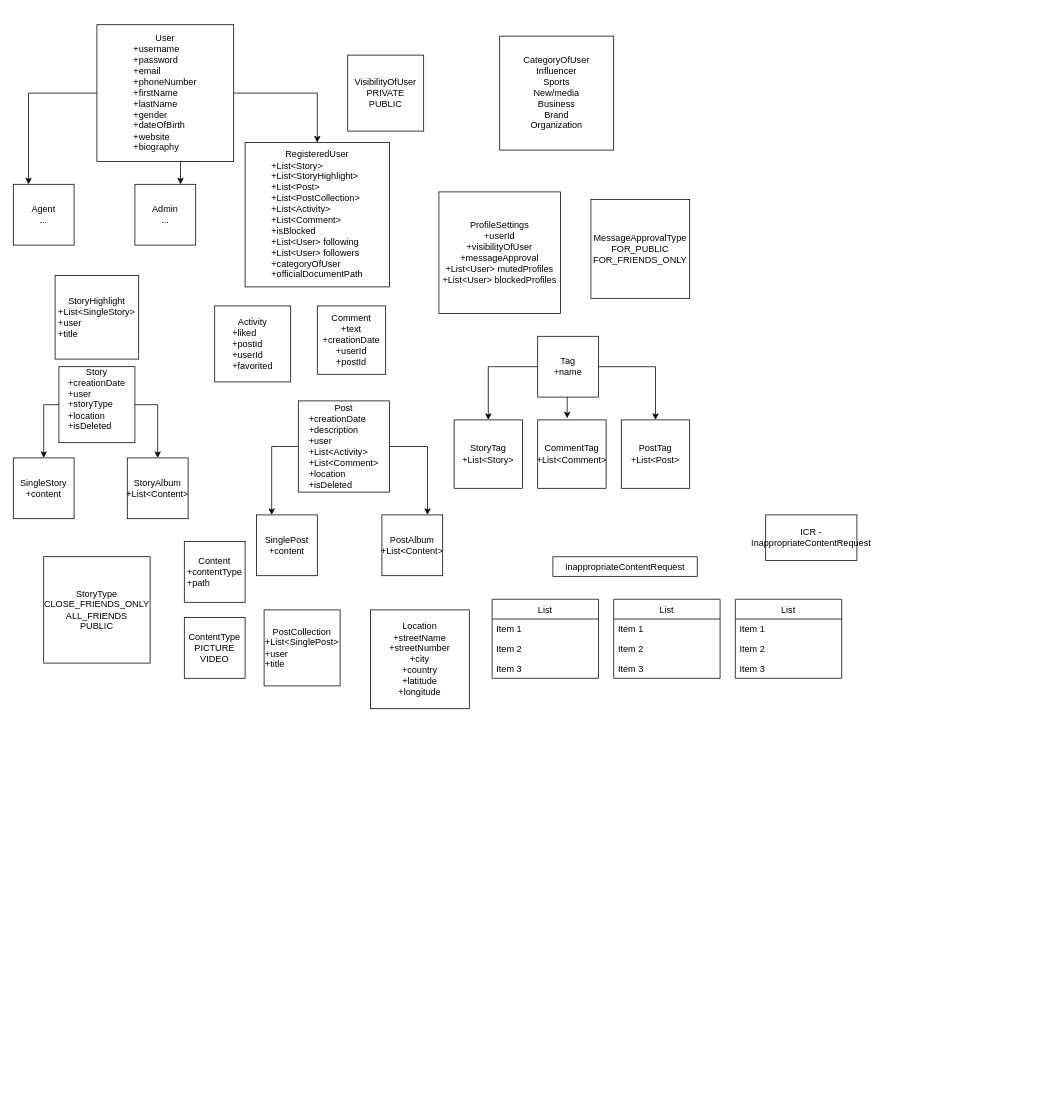
Above: XML/Untitled Diagram.drawio in Ana00000/XML-and-BSEP (draw.io), before the change. Source tidied: cells renumbered, new cells numbered last; positions are measured from the earlier drawing's top-left corner, leaving out a move shared by most shapes. Both pictures are drawn from the tidied source at 76%, with x=0, y=0 at pixel (13, 24).
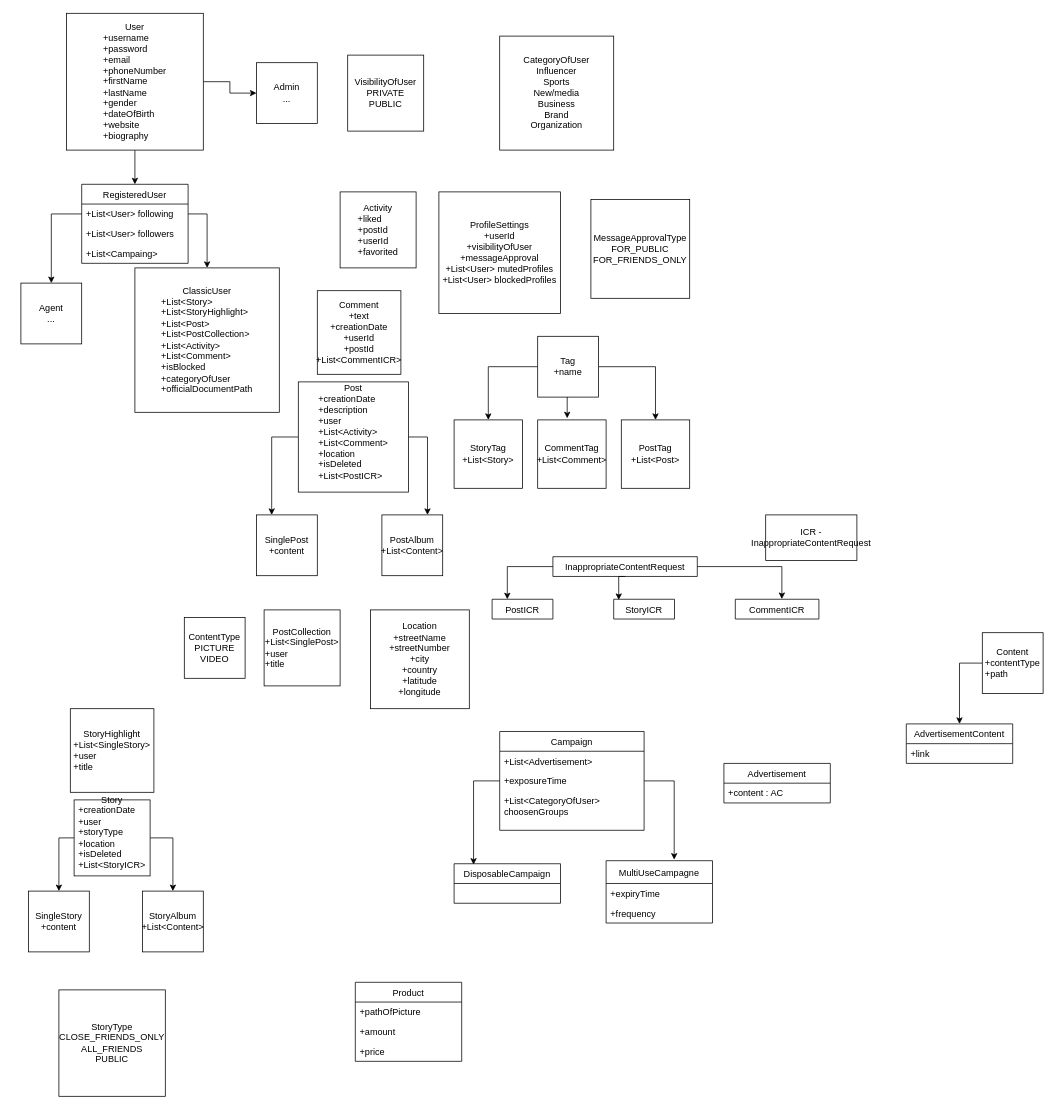
Above is the later version.

Commit message:
XML-chore: Update model diagram

Unchanged cells that the change refers to:
```xml
<mxCell id="40" value="InappropriateContentRequest" style="swimlane;fontStyle=0;horizontal=1;startSize=26;fillColor=none;align=center;" parent="1" vertex="1" collapsed="1">
  <mxGeometry x="710" y="700" width="190" height="26" as="geometry" />
</mxCell>
```

Diff of the diagram source:
```diff
@@
-    <mxCell id="2" style="edgeStyle=orthogonalEdgeStyle;rounded=0;jettySize=auto;html=1;exitX=0;exitY=0.5;exitDx=0;exitDy=0;entryX=0.25;entryY=0;entryDx=0;entryDy=0;" parent="1" edge="1" source="5" target="6">
-      <mxGeometry relative="1" as="geometry" />
-    </mxCell>
-    <mxCell id="3" style="edgeStyle=orthogonalEdgeStyle;rounded=0;jettySize=auto;html=1;exitX=1;exitY=0.5;exitDx=0;exitDy=0;entryX=0.5;entryY=0;entryDx=0;entryDy=0;" parent="1" edge="1" source="5" target="7">
-      <mxGeometry relative="1" as="geometry" />
-    </mxCell>
-    <mxCell id="4" style="edgeStyle=orthogonalEdgeStyle;rounded=0;jettySize=auto;html=1;exitX=0.75;exitY=1;exitDx=0;exitDy=0;entryX=0.75;entryY=0;entryDx=0;entryDy=0;" parent="1" edge="1" source="5" target="8">
+    <mxCell id="4" style="edgeStyle=orthogonalEdgeStyle;rounded=0;jettySize=auto;html=1;exitX=1;exitY=0.5;exitDx=0;exitDy=0;entryX=0;entryY=0.5;entryDx=0;entryDy=0;" parent="1" edge="1" source="5" target="8">
       <mxGeometry relative="1" as="geometry" />
     </mxCell>
+    <mxCell id="53" style="edgeStyle=orthogonalEdgeStyle;rounded=0;jettySize=auto;html=1;exitX=0.5;exitY=1;exitDx=0;exitDy=0;entryX=0.5;entryY=0;entryDx=0;entryDy=0;" parent="1" edge="1" source="5" target="72">
+      <mxGeometry relative="1" as="geometry" />
+    </mxCell>
     <mxCell id="5" value="User&lt;br&gt;&lt;div style=&quot;text-align: left&quot;&gt;&lt;span&gt;+username&lt;/span&gt;&lt;/div&gt;&lt;div style=&quot;text-align: left&quot;&gt;&lt;span&gt;+password&lt;/span&gt;&lt;/div&gt;&lt;div style=&quot;text-align: left&quot;&gt;&lt;span&gt;+email&lt;/span&gt;&lt;/div&gt;&lt;div style=&quot;text-align: left&quot;&gt;&lt;span&gt;+phoneNumber&lt;/span&gt;&lt;/div&gt;&lt;div style=&quot;text-align: left&quot;&gt;&lt;span&gt;+firstName&lt;/span&gt;&lt;/div&gt;&lt;div style=&quot;text-align: left&quot;&gt;&lt;span&gt;+lastName&lt;/span&gt;&lt;/div&gt;&lt;div style=&quot;text-align: left&quot;&gt;&lt;span&gt;+gender&lt;/span&gt;&lt;/div&gt;&lt;div style=&quot;text-align: left&quot;&gt;&lt;span&gt;+dateOfBirth&lt;/span&gt;&lt;/div&gt;&lt;div style=&quot;text-align: left&quot;&gt;&lt;span&gt;+website&lt;/span&gt;&lt;/div&gt;&lt;div style=&quot;text-align: left&quot;&gt;&lt;span&gt;+biography&lt;br&gt;&lt;/span&gt;&lt;/div&gt;" style="whiteSpace=wrap;html=1;" parent="1" vertex="1">
-      <mxGeometry x="110" width="180" height="180" as="geometry" />
+      <mxGeometry x="70" y="-15" width="180" height="180" as="geometry" />
     </mxCell>
     <mxCell id="6" value="Agent&lt;br&gt;..." style="whiteSpace=wrap;html=1;" parent="1" vertex="1">
-      <mxGeometry y="210" width="80" height="80" as="geometry" />
+      <mxGeometry x="10" y="340" width="80" height="80" as="geometry" />
     </mxCell>
-    <mxCell id="7" value="RegisteredUser&lt;br&gt;&lt;div style=&quot;text-align: left&quot;&gt;&lt;span&gt;+List&amp;lt;Story&amp;gt;&lt;/span&gt;&lt;/div&gt;&lt;div style=&quot;text-align: left&quot;&gt;&lt;span&gt;+List&amp;lt;StoryHighlight&amp;gt;&lt;/span&gt;&lt;/div&gt;&lt;div style=&quot;text-align: left&quot;&gt;&lt;span&gt;+List&amp;lt;Post&amp;gt;&lt;/span&gt;&lt;/div&gt;&lt;div style=&quot;text-align: left&quot;&gt;&lt;span&gt;+List&amp;lt;PostCollection&amp;gt;&lt;/span&gt;&lt;/div&gt;&lt;div style=&quot;text-align: left&quot;&gt;&lt;span&gt;+List&amp;lt;Activity&amp;gt;&lt;/span&gt;&lt;/div&gt;&lt;div style=&quot;text-align: left&quot;&gt;+List&amp;lt;Comment&amp;gt;&lt;span&gt;&lt;br&gt;&lt;/span&gt;&lt;/div&gt;&lt;div style=&quot;text-align: left&quot;&gt;&lt;span&gt;+isBlocked&lt;/span&gt;&lt;/div&gt;&lt;div style=&quot;text-align: left&quot;&gt;&lt;span&gt;+List&amp;lt;User&amp;gt; following&lt;/span&gt;&lt;/div&gt;&lt;div style=&quot;text-align: left&quot;&gt;&lt;span&gt;+List&amp;lt;User&amp;gt; followers&lt;br&gt;+categoryOfUser&lt;/span&gt;&lt;/div&gt;&lt;div style=&quot;text-align: left&quot;&gt;+officialDocumentPath&lt;/div&gt;" style="whiteSpace=wrap;html=1;" parent="1" vertex="1">
-      <mxGeometry x="305" y="155" width="190" height="190" as="geometry" />
+    <mxCell id="7" value="ClassicUser&lt;br&gt;&lt;div style=&quot;text-align: left&quot;&gt;&lt;span&gt;+List&amp;lt;Story&amp;gt;&lt;/span&gt;&lt;/div&gt;&lt;div style=&quot;text-align: left&quot;&gt;&lt;span&gt;+List&amp;lt;StoryHighlight&amp;gt;&lt;/span&gt;&lt;/div&gt;&lt;div style=&quot;text-align: left&quot;&gt;&lt;span&gt;+List&amp;lt;Post&amp;gt;&lt;/span&gt;&lt;/div&gt;&lt;div style=&quot;text-align: left&quot;&gt;&lt;span&gt;+List&amp;lt;PostCollection&amp;gt;&lt;/span&gt;&lt;/div&gt;&lt;div style=&quot;text-align: left&quot;&gt;&lt;span&gt;+List&amp;lt;Activity&amp;gt;&lt;/span&gt;&lt;/div&gt;&lt;div style=&quot;text-align: left&quot;&gt;+List&amp;lt;Comment&amp;gt;&lt;span&gt;&lt;br&gt;&lt;/span&gt;&lt;/div&gt;&lt;div style=&quot;text-align: left&quot;&gt;&lt;span&gt;+isBlocked&lt;/span&gt;&lt;/div&gt;&lt;div style=&quot;text-align: left&quot;&gt;&lt;span&gt;+categoryOfUser&lt;/span&gt;&lt;/div&gt;&lt;div style=&quot;text-align: left&quot;&gt;+officialDocumentPath&lt;/div&gt;" style="whiteSpace=wrap;html=1;" parent="1" vertex="1">
+      <mxGeometry x="160" y="320" width="190" height="190" as="geometry" />
     </mxCell>
     <mxCell id="8" value="Admin&lt;br&gt;..." style="whiteSpace=wrap;html=1;" parent="1" vertex="1">
-      <mxGeometry x="160" y="210" width="80" height="80" as="geometry" />
+      <mxGeometry x="320" y="50" width="80" height="80" as="geometry" />
     </mxCell>
@@
     <mxCell id="11" value="StoryAlbum&lt;br&gt;+List&amp;lt;Content&amp;gt;" style="whiteSpace=wrap;html=1;" parent="1" vertex="1">
-      <mxGeometry x="150" y="570" width="80" height="80" as="geometry" />
+      <mxGeometry x="170" y="1140" width="80" height="80" as="geometry" />
     </mxCell>
@@
-    <mxCell id="15" value="Story&lt;br&gt;&lt;div style=&quot;text-align: left&quot;&gt;&lt;span&gt;+creationDate&lt;/span&gt;&lt;/div&gt;&lt;div style=&quot;text-align: left&quot;&gt;&lt;span&gt;+user&lt;/span&gt;&lt;/div&gt;&lt;div style=&quot;text-align: left&quot;&gt;&lt;span&gt;+storyType&lt;/span&gt;&lt;/div&gt;&lt;div style=&quot;text-align: left&quot;&gt;&lt;span&gt;+location&lt;br&gt;+isDeleted&lt;/span&gt;&lt;/div&gt;&lt;div style=&quot;text-align: left&quot;&gt;&lt;span&gt;&lt;br&gt;&lt;/span&gt;&lt;/div&gt;" style="whiteSpace=wrap;html=1;" parent="1" vertex="1">
-      <mxGeometry x="60" y="450" width="100" height="100" as="geometry" />
+    <mxCell id="15" value="Story&lt;br&gt;&lt;div style=&quot;text-align: left&quot;&gt;&lt;span&gt;+creationDate&lt;/span&gt;&lt;/div&gt;&lt;div style=&quot;text-align: left&quot;&gt;&lt;span&gt;+user&lt;/span&gt;&lt;/div&gt;&lt;div style=&quot;text-align: left&quot;&gt;&lt;span&gt;+storyType&lt;/span&gt;&lt;/div&gt;&lt;div style=&quot;text-align: left&quot;&gt;&lt;span&gt;+location&lt;br&gt;+isDeleted&lt;br&gt;+List&amp;lt;StoryICR&amp;gt;&lt;/span&gt;&lt;/div&gt;&lt;div style=&quot;text-align: left&quot;&gt;&lt;span&gt;&lt;br&gt;&lt;/span&gt;&lt;/div&gt;" style="whiteSpace=wrap;html=1;" parent="1" vertex="1">
+      <mxGeometry x="80" y="1020" width="100" height="100" as="geometry" />
     </mxCell>
     <mxCell id="16" value="Activity&lt;br&gt;&lt;div style=&quot;text-align: left&quot;&gt;&lt;span&gt;+liked&lt;/span&gt;&lt;/div&gt;&lt;div style=&quot;text-align: left&quot;&gt;&lt;span&gt;+postId&lt;/span&gt;&lt;br&gt;&lt;/div&gt;&lt;div style=&quot;text-align: left&quot;&gt;&lt;span&gt;+userId&lt;/span&gt;&lt;/div&gt;&lt;div style=&quot;text-align: left&quot;&gt;&lt;span&gt;+favorited&lt;/span&gt;&lt;/div&gt;" style="whiteSpace=wrap;html=1;" parent="1" vertex="1">
-      <mxGeometry x="265" y="370" width="100" height="100" as="geometry" />
+      <mxGeometry x="430" y="220" width="100" height="100" as="geometry" />
     </mxCell>
@@
-    <mxCell id="19" value="Post&lt;br&gt;&lt;div style=&quot;text-align: left&quot;&gt;&lt;span&gt;+creationDate&lt;/span&gt;&lt;/div&gt;&lt;div style=&quot;text-align: left&quot;&gt;&lt;span&gt;+description&lt;/span&gt;&lt;/div&gt;&lt;div style=&quot;text-align: left&quot;&gt;&lt;span&gt;+user&lt;/span&gt;&lt;/div&gt;&lt;div style=&quot;text-align: left&quot;&gt;+List&amp;lt;Activity&amp;gt;&lt;span&gt;&lt;br&gt;&lt;/span&gt;&lt;/div&gt;&lt;div style=&quot;text-align: left&quot;&gt;+List&amp;lt;Comment&amp;gt;&lt;br&gt;&lt;/div&gt;&lt;div style=&quot;text-align: left&quot;&gt;+location&lt;br&gt;+isDeleted&lt;/div&gt;" style="whiteSpace=wrap;html=1;" parent="1" vertex="1">
-      <mxGeometry x="375" y="495" width="120" height="120" as="geometry" />
+    <mxCell id="19" value="Post&lt;br&gt;&lt;div style=&quot;text-align: left&quot;&gt;&lt;span&gt;+creationDate&lt;/span&gt;&lt;/div&gt;&lt;div style=&quot;text-align: left&quot;&gt;&lt;span&gt;+description&lt;/span&gt;&lt;/div&gt;&lt;div style=&quot;text-align: left&quot;&gt;&lt;span&gt;+user&lt;/span&gt;&lt;/div&gt;&lt;div style=&quot;text-align: left&quot;&gt;+List&amp;lt;Activity&amp;gt;&lt;span&gt;&lt;br&gt;&lt;/span&gt;&lt;/div&gt;&lt;div style=&quot;text-align: left&quot;&gt;+List&amp;lt;Comment&amp;gt;&lt;br&gt;&lt;/div&gt;&lt;div style=&quot;text-align: left&quot;&gt;+location&lt;br&gt;+isDeleted&lt;/div&gt;&lt;div style=&quot;text-align: left&quot;&gt;+List&amp;lt;PostICR&amp;gt;&lt;/div&gt;&lt;div style=&quot;text-align: left&quot;&gt;&lt;br&gt;&lt;/div&gt;" style="whiteSpace=wrap;html=1;" parent="1" vertex="1">
+      <mxGeometry x="375" y="470" width="145" height="145" as="geometry" />
     </mxCell>
@@
     <mxCell id="21" value="SingleStory&lt;br&gt;+content" style="whiteSpace=wrap;html=1;" parent="1" vertex="1">
-      <mxGeometry y="570" width="80" height="80" as="geometry" />
+      <mxGeometry x="20" y="1140" width="80" height="80" as="geometry" />
     </mxCell>
@@
+    <mxCell id="54" style="edgeStyle=orthogonalEdgeStyle;rounded=0;jettySize=auto;html=1;exitX=0;exitY=0.5;exitDx=0;exitDy=0;" parent="1" edge="1" source="23" target="64">
+      <mxGeometry relative="1" as="geometry" />
+    </mxCell>
     <mxCell id="23" value="Content&lt;br&gt;&lt;div style=&quot;text-align: left&quot;&gt;&lt;span&gt;+contentType&lt;/span&gt;&lt;/div&gt;&lt;div style=&quot;text-align: left&quot;&gt;&lt;span&gt;+path&lt;/span&gt;&lt;/div&gt;" style="whiteSpace=wrap;html=1;" parent="1" vertex="1">
-      <mxGeometry x="225" y="680" width="80" height="80" as="geometry" />
+      <mxGeometry x="1275" y="800" width="80" height="80" as="geometry" />
     </mxCell>
@@
     <mxCell id="25" value="StoryType&lt;br&gt;CLOSE_FRIENDS_ONLY&lt;br&gt;ALL_FRIENDS&lt;br&gt;PUBLIC" style="whiteSpace=wrap;html=1;" parent="1" vertex="1">
-      <mxGeometry x="40" y="700" width="140" height="140" as="geometry" />
+      <mxGeometry x="60" y="1270" width="140" height="140" as="geometry" />
     </mxCell>
@@
     <mxCell id="30" value="StoryHighlight&lt;br&gt;&lt;div style=&quot;text-align: left&quot;&gt;&lt;span&gt;+List&amp;lt;SingleStory&amp;gt;&lt;/span&gt;&lt;/div&gt;&lt;div style=&quot;text-align: left&quot;&gt;&lt;span&gt;+user&lt;/span&gt;&lt;/div&gt;&lt;div style=&quot;text-align: left&quot;&gt;&lt;span&gt;+title&lt;/span&gt;&lt;/div&gt;" style="whiteSpace=wrap;html=1;" parent="1" vertex="1">
-      <mxGeometry x="55" y="330" width="110" height="110" as="geometry" />
+      <mxGeometry x="75" y="900" width="110" height="110" as="geometry" />
     </mxCell>
@@
-    <mxCell id="37" value="Comment&lt;br&gt;+text&lt;br&gt;+creationDate&lt;br&gt;+userId&lt;br&gt;+postId&lt;br&gt;" style="whiteSpace=wrap;html=1;" parent="1" vertex="1">
-      <mxGeometry x="400" y="370" width="90" height="90" as="geometry" />
+    <mxCell id="37" value="Comment&lt;br&gt;+text&lt;br&gt;+creationDate&lt;br&gt;+userId&lt;br&gt;+postId&lt;br&gt;+List&amp;lt;CommentICR&amp;gt;&lt;br&gt;" style="whiteSpace=wrap;html=1;" parent="1" vertex="1">
+      <mxGeometry x="400" y="350" width="110" height="110" as="geometry" />
     </mxCell>
@@
+    <mxCell id="55" style="edgeStyle=orthogonalEdgeStyle;rounded=0;jettySize=auto;html=1;exitX=0;exitY=0.5;exitDx=0;exitDy=0;entryX=0.25;entryY=0;entryDx=0;entryDy=0;" parent="1" edge="1" source="40" target="41">
+      <mxGeometry relative="1" as="geometry" />
+    </mxCell>
+    <mxCell id="56" style="edgeStyle=orthogonalEdgeStyle;rounded=0;jettySize=auto;html=1;exitX=0.5;exitY=1;exitDx=0;exitDy=0;entryX=0.083;entryY=0.035;entryDx=0;entryDy=0;entryPerimeter=0;" parent="1" edge="1" source="40" target="45">
+      <mxGeometry relative="1" as="geometry" />
+    </mxCell>
+    <mxCell id="57" style="edgeStyle=orthogonalEdgeStyle;rounded=0;jettySize=auto;html=1;exitX=1;exitY=0.5;exitDx=0;exitDy=0;entryX=0.557;entryY=-0.012;entryDx=0;entryDy=0;entryPerimeter=0;" parent="1" edge="1" source="40" target="49">
+      <mxGeometry relative="1" as="geometry" />
+    </mxCell>
@@
-    <mxCell id="41" value="List" style="swimlane;fontStyle=0;horizontal=1;startSize=26;fillColor=none;align=center;" parent="1" vertex="1">
-      <mxGeometry x="630" y="756" width="140" height="104" as="geometry" />
+    <mxCell id="41" value="PostICR" style="swimlane;fontStyle=0;horizontal=1;startSize=26;fillColor=none;align=center;" parent="1" vertex="1" collapsed="1">
+      <mxGeometry x="630" y="756" width="80" height="26" as="geometry" />
     </mxCell>
-    <mxCell id="42" value="Item 1" style="text;strokeColor=none;fillColor=none;align=left;verticalAlign=top;spacingLeft=4;spacingRight=4;overflow=hidden;" parent="41" vertex="1">
-      <mxGeometry y="26" width="140" height="26" as="geometry" />
-    </mxCell>
-    <mxCell id="43" value="Item 2" style="text;strokeColor=none;fillColor=none;align=left;verticalAlign=top;spacingLeft=4;spacingRight=4;overflow=hidden;" parent="41" vertex="1">
-      <mxGeometry y="52" width="140" height="26" as="geometry" />
-    </mxCell>
-    <mxCell id="44" value="Item 3" style="text;strokeColor=none;fillColor=none;align=left;verticalAlign=top;spacingLeft=4;spacingRight=4;overflow=hidden;" parent="41" vertex="1">
-      <mxGeometry y="78" width="140" height="26" as="geometry" />
-    </mxCell>
-    <mxCell id="45" value="List" style="swimlane;fontStyle=0;horizontal=1;startSize=26;fillColor=none;align=center;" parent="1" vertex="1">
-      <mxGeometry x="790" y="756" width="140" height="104" as="geometry" />
+    <mxCell id="45" value="StoryICR" style="swimlane;fontStyle=0;horizontal=1;startSize=26;fillColor=none;align=center;" parent="1" vertex="1" collapsed="1">
+      <mxGeometry x="790" y="756" width="80" height="26" as="geometry" />
     </mxCell>
-    <mxCell id="46" value="Item 1" style="text;strokeColor=none;fillColor=none;align=left;verticalAlign=top;spacingLeft=4;spacingRight=4;overflow=hidden;" parent="45" vertex="1">
-      <mxGeometry y="26" width="140" height="26" as="geometry" />
-    </mxCell>
-    <mxCell id="47" value="Item 2" style="text;strokeColor=none;fillColor=none;align=left;verticalAlign=top;spacingLeft=4;spacingRight=4;overflow=hidden;" parent="45" vertex="1">
-      <mxGeometry y="52" width="140" height="26" as="geometry" />
-    </mxCell>
-    <mxCell id="48" value="Item 3" style="text;strokeColor=none;fillColor=none;align=left;verticalAlign=top;spacingLeft=4;spacingRight=4;overflow=hidden;" parent="45" vertex="1">
-      <mxGeometry y="78" width="140" height="26" as="geometry" />
-    </mxCell>
-    <mxCell id="49" value="List" style="swimlane;fontStyle=0;horizontal=1;startSize=26;fillColor=none;align=center;" parent="1" vertex="1">
-      <mxGeometry x="950" y="756" width="140" height="104" as="geometry" />
+    <mxCell id="49" value="CommentICR" style="swimlane;fontStyle=0;horizontal=1;startSize=26;fillColor=none;align=center;" parent="1" vertex="1" collapsed="1">
+      <mxGeometry x="950" y="756" width="110" height="26" as="geometry" />
     </mxCell>
-    <mxCell id="50" value="Item 1" style="text;strokeColor=none;fillColor=none;align=left;verticalAlign=top;spacingLeft=4;spacingRight=4;overflow=hidden;" parent="49" vertex="1">
-      <mxGeometry y="26" width="140" height="26" as="geometry" />
-    </mxCell>
-    <mxCell id="51" value="Item 2" style="text;strokeColor=none;fillColor=none;align=left;verticalAlign=top;spacingLeft=4;spacingRight=4;overflow=hidden;" parent="49" vertex="1">
-      <mxGeometry y="52" width="140" height="26" as="geometry" />
-    </mxCell>
-    <mxCell id="52" value="Item 3" style="text;strokeColor=none;fillColor=none;align=left;verticalAlign=top;spacingLeft=4;spacingRight=4;overflow=hidden;" parent="49" vertex="1">
-      <mxGeometry y="78" width="140" height="26" as="geometry" />
-    </mxCell>
+    <mxCell id="58" value="Campaign" style="swimlane;fontStyle=0;horizontal=1;startSize=26;fillColor=none;" parent="1" vertex="1">
+      <mxGeometry x="640" y="930" width="190" height="130" as="geometry" />
+    </mxCell>
+    <mxCell id="59" value="+List&lt;Advertisement&gt;" style="text;strokeColor=none;fillColor=none;align=left;verticalAlign=top;spacingLeft=4;spacingRight=4;overflow=hidden;" parent="58" vertex="1">
+      <mxGeometry y="26" width="190" height="26" as="geometry" />
+    </mxCell>
+    <mxCell id="60" value="+exposureTime" style="text;strokeColor=none;fillColor=none;align=left;verticalAlign=top;spacingLeft=4;spacingRight=4;overflow=hidden;points=[[0,0.5],[1,0.5]];portConstraint=eastwest;" parent="58" vertex="1">
+      <mxGeometry y="52" width="190" height="26" as="geometry" />
+    </mxCell>
+    <mxCell id="61" value="+List&lt;CategoryOfUser&gt; &#10;choosenGroups&#10;" style="text;strokeColor=none;fillColor=none;align=left;verticalAlign=top;spacingLeft=4;spacingRight=4;overflow=hidden;" parent="58" vertex="1">
+      <mxGeometry y="78" width="190" height="52" as="geometry" />
+    </mxCell>
+    <mxCell id="62" value="Advertisement" style="swimlane;fontStyle=0;horizontal=1;startSize=26;fillColor=none;" parent="1" vertex="1">
+      <mxGeometry x="935" y="972" width="140" height="52" as="geometry" />
+    </mxCell>
+    <mxCell id="63" value="+content : AC" style="text;strokeColor=none;fillColor=none;align=left;verticalAlign=top;spacingLeft=4;spacingRight=4;overflow=hidden;" parent="62" vertex="1">
+      <mxGeometry y="26" width="140" height="26" as="geometry" />
+    </mxCell>
+    <mxCell id="64" value="AdvertisementContent" style="swimlane;fontStyle=0;horizontal=1;startSize=26;fillColor=none;" parent="1" vertex="1">
+      <mxGeometry x="1175" y="920" width="140" height="52" as="geometry" />
+    </mxCell>
+    <mxCell id="65" value="+link" style="text;strokeColor=none;fillColor=none;align=left;verticalAlign=top;spacingLeft=4;spacingRight=4;overflow=hidden;" parent="64" vertex="1">
+      <mxGeometry y="26" width="140" height="26" as="geometry" />
+    </mxCell>
+    <mxCell id="66" value="DisposableCampaign" style="swimlane;fontStyle=0;horizontal=1;startSize=26;fillColor=none;" parent="1" vertex="1">
+      <mxGeometry x="580" y="1104" width="140" height="52" as="geometry" />
+    </mxCell>
+    <mxCell id="67" value="MultiUseCampagne" style="swimlane;fontStyle=0;horizontal=1;startSize=30;fillColor=none;" parent="1" vertex="1">
+      <mxGeometry x="780" y="1100" width="140" height="82" as="geometry" />
+    </mxCell>
+    <mxCell id="68" value="+expiryTime" style="text;strokeColor=none;fillColor=none;align=left;verticalAlign=top;spacingLeft=4;spacingRight=4;overflow=hidden;" parent="67" vertex="1">
+      <mxGeometry y="30" width="140" height="26" as="geometry" />
+    </mxCell>
+    <mxCell id="69" value="+frequency" style="text;strokeColor=none;fillColor=none;align=left;verticalAlign=top;spacingLeft=4;spacingRight=4;overflow=hidden;" parent="67" vertex="1">
+      <mxGeometry y="56" width="140" height="26" as="geometry" />
+    </mxCell>
+    <mxCell id="70" style="edgeStyle=orthogonalEdgeStyle;rounded=0;jettySize=auto;html=1;exitX=0;exitY=0.5;exitDx=0;exitDy=0;entryX=0.183;entryY=0.023;entryDx=0;entryDy=0;entryPerimeter=0;" parent="1" edge="1" source="60" target="66">
+      <mxGeometry relative="1" as="geometry" />
+    </mxCell>
+    <mxCell id="71" style="edgeStyle=orthogonalEdgeStyle;rounded=0;jettySize=auto;html=1;exitX=1;exitY=0.5;exitDx=0;exitDy=0;entryX=0.64;entryY=-0.017;entryDx=0;entryDy=0;entryPerimeter=0;" parent="1" edge="1" source="60" target="67">
+      <mxGeometry relative="1" as="geometry" />
+    </mxCell>
+    <mxCell id="72" value="RegisteredUser" style="swimlane;fontStyle=0;horizontal=1;startSize=26;fillColor=none;" parent="1" vertex="1">
+      <mxGeometry x="90" y="210" width="140" height="104" as="geometry" />
+    </mxCell>
+    <mxCell id="73" value="+List&lt;User&gt; following&#10;" style="text;strokeColor=none;fillColor=none;align=left;verticalAlign=top;spacingLeft=4;spacingRight=4;overflow=hidden;points=[[0,0.5],[1,0.5]];portConstraint=eastwest;" parent="72" vertex="1">
+      <mxGeometry y="26" width="140" height="26" as="geometry" />
+    </mxCell>
+    <mxCell id="74" value="+List&lt;User&gt; followers" style="text;strokeColor=none;fillColor=none;align=left;verticalAlign=top;spacingLeft=4;spacingRight=4;overflow=hidden;" parent="72" vertex="1">
+      <mxGeometry y="52" width="140" height="26" as="geometry" />
+    </mxCell>
+    <mxCell id="75" value="+List&lt;Campaing&gt;" style="text;strokeColor=none;fillColor=none;align=left;verticalAlign=top;spacingLeft=4;spacingRight=4;overflow=hidden;" parent="72" vertex="1">
+      <mxGeometry y="78" width="140" height="26" as="geometry" />
+    </mxCell>
+    <mxCell id="76" style="edgeStyle=orthogonalEdgeStyle;rounded=0;jettySize=auto;html=1;exitX=0;exitY=0.5;exitDx=0;exitDy=0;" parent="1" edge="1" source="73" target="6">
+      <mxGeometry relative="1" as="geometry" />
+    </mxCell>
+    <mxCell id="77" style="edgeStyle=orthogonalEdgeStyle;rounded=0;jettySize=auto;html=1;exitX=1;exitY=0.5;exitDx=0;exitDy=0;" parent="1" edge="1" source="73" target="7">
+      <mxGeometry relative="1" as="geometry" />
+    </mxCell>
+    <mxCell id="78" value="Product" style="swimlane;fontStyle=0;horizontal=1;startSize=26;fillColor=none;" parent="1" vertex="1">
+      <mxGeometry x="450" y="1260" width="140" height="104" as="geometry" />
+    </mxCell>
+    <mxCell id="79" value="+pathOfPicture" style="text;strokeColor=none;fillColor=none;align=left;verticalAlign=top;spacingLeft=4;spacingRight=4;overflow=hidden;" parent="78" vertex="1">
+      <mxGeometry y="26" width="140" height="26" as="geometry" />
+    </mxCell>
+    <mxCell id="80" value="+amount" style="text;strokeColor=none;fillColor=none;align=left;verticalAlign=top;spacingLeft=4;spacingRight=4;overflow=hidden;" parent="78" vertex="1">
+      <mxGeometry y="52" width="140" height="26" as="geometry" />
+    </mxCell>
+    <mxCell id="81" value="+price" style="text;strokeColor=none;fillColor=none;align=left;verticalAlign=top;spacingLeft=4;spacingRight=4;overflow=hidden;" parent="78" vertex="1">
+      <mxGeometry y="78" width="140" height="26" as="geometry" />
+    </mxCell>
```
